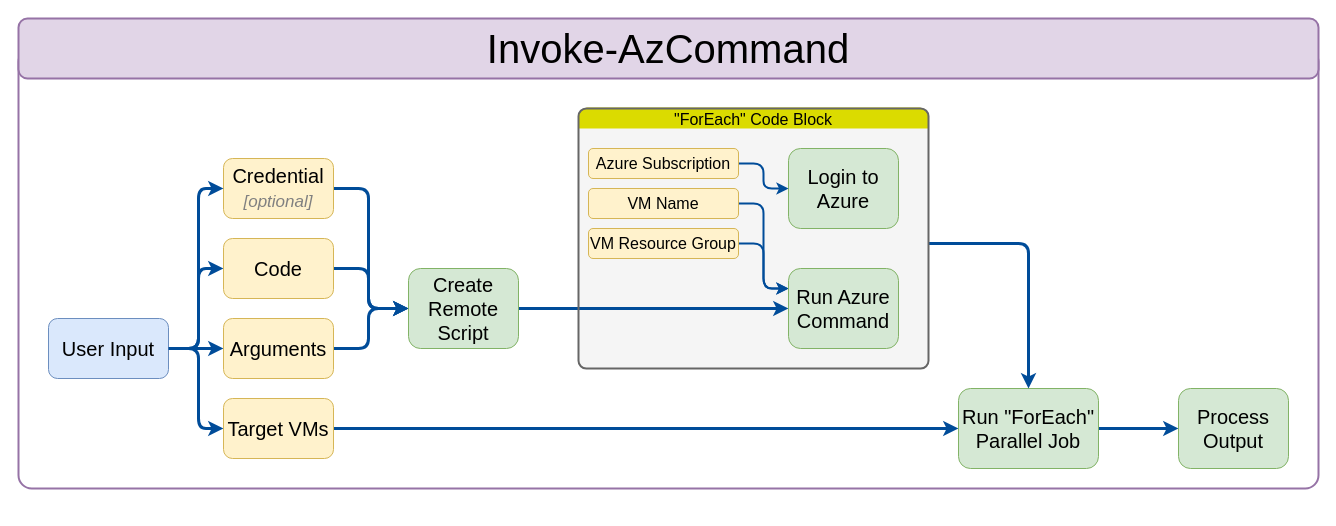
This is Docs/Flow.drawio from PanosGreg/Invoke-AzCommand, a draw.io file, before an edit. Source tidied: cells renumbered, new cells numbered last; positions are measured from the earlier drawing's top-left corner, leaving out a move shared by most shapes. Both pictures are drawn from the tidied source at 100%, with x=0, y=0 at pixel (18, 18).
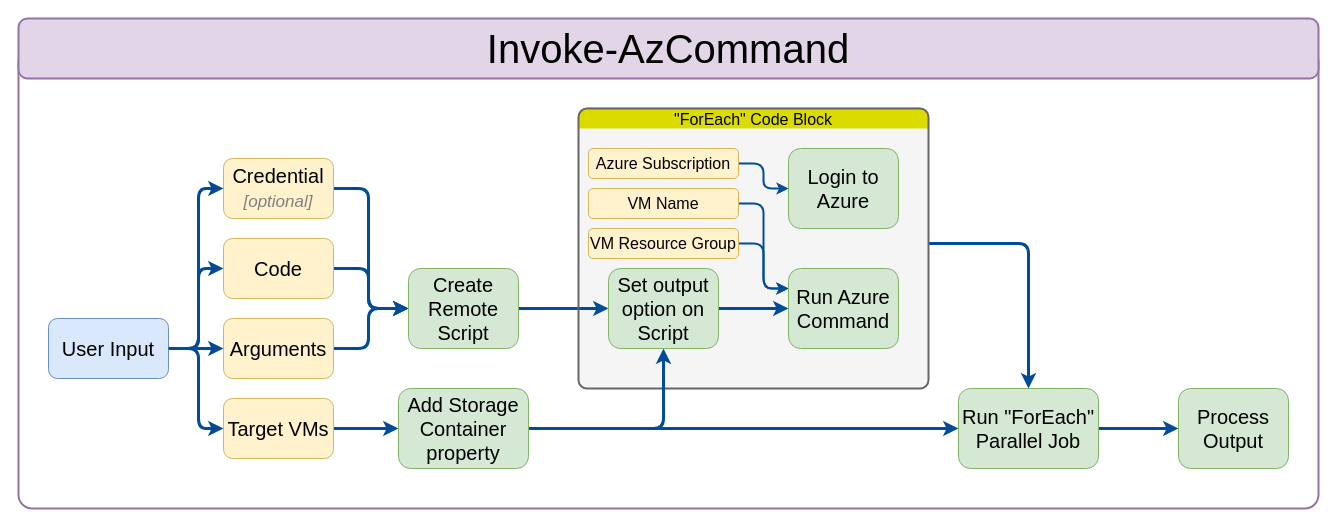
After the change.

Unchanged cells that the change refers to:
```xml
<mxCell id="14" value="Target VMs" style="rounded=1;whiteSpace=wrap;html=1;fontSize=20;fillColor=#fff2cc;strokeColor=#d6b656;" parent="1" vertex="1">
  <mxGeometry x="205" y="380" width="110" height="60" as="geometry" />
</mxCell>
<mxCell id="16" value="Create Remote Script" style="rounded=1;whiteSpace=wrap;html=1;fontSize=20;fillColor=#d5e8d4;strokeColor=#82b366;" parent="1" vertex="1">
  <mxGeometry x="390" y="250" width="110" height="80" as="geometry" />
</mxCell>
<mxCell id="18" value="Run &quot;ForEach&quot; Parallel Job" style="rounded=1;whiteSpace=wrap;html=1;fontSize=20;fillColor=#d5e8d4;strokeColor=#82b366;" parent="1" vertex="1">
  <mxGeometry x="940" y="370" width="140" height="80" as="geometry" />
</mxCell>
<mxCell id="30" value="Run Azure Command" style="rounded=1;whiteSpace=wrap;html=1;fontSize=20;fillColor=#d5e8d4;strokeColor=#82b366;" parent="1" vertex="1">
  <mxGeometry x="770" y="250" width="110" height="80" as="geometry" />
</mxCell>
```

What changed in the source:
```diff
@@
     <mxCell id="2" style="rounded=1;whiteSpace=wrap;html=1;align=center;verticalAlign=middle;fontFamily=Helvetica;fontSize=16;strokeWidth=2;arcSize=3;strokeColor=#9673A6;" parent="1" vertex="1">
-      <mxGeometry y="30" width="1300" height="440" as="geometry" />
+      <mxGeometry y="30" width="1300" height="460" as="geometry" />
     </mxCell>
@@
-    <mxCell id="13" style="edgeStyle=orthogonalEdgeStyle;shape=connector;rounded=1;jettySize=auto;html=1;entryX=0;entryY=0.5;entryDx=0;entryDy=0;labelBackgroundColor=default;strokeColor=#004C99;strokeWidth=3;align=center;verticalAlign=middle;fontFamily=Helvetica;fontSize=16;fontColor=default;endArrow=classic;" parent="1" edge="1" source="14" target="18">
-      <mxGeometry relative="1" as="geometry" />
-    </mxCell>
+    <mxCell id="35" style="edgeStyle=orthogonalEdgeStyle;shape=connector;rounded=1;html=1;labelBackgroundColor=default;strokeColor=#004C99;strokeWidth=3;fontFamily=Helvetica;fontSize=16;fontColor=default;endArrow=classic;" parent="1" edge="1" source="14" target="39">
+      <mxGeometry relative="1" as="geometry" />
+    </mxCell>
@@
-    <mxCell id="15" style="edgeStyle=orthogonalEdgeStyle;shape=connector;rounded=1;jettySize=auto;html=1;labelBackgroundColor=default;strokeColor=#004C99;strokeWidth=3;align=center;verticalAlign=middle;fontFamily=Helvetica;fontSize=16;fontColor=default;endArrow=classic;" parent="1" edge="1" source="16" target="30">
-      <mxGeometry relative="1" as="geometry" />
-    </mxCell>
+    <mxCell id="36" style="edgeStyle=orthogonalEdgeStyle;shape=connector;rounded=1;html=1;labelBackgroundColor=default;strokeColor=#004C99;strokeWidth=3;fontFamily=Helvetica;fontSize=16;fontColor=default;endArrow=classic;" parent="1" edge="1" source="16" target="41">
+      <mxGeometry relative="1" as="geometry" />
+    </mxCell>
@@
     <mxCell id="28" style="rounded=1;whiteSpace=wrap;html=1;align=center;verticalAlign=middle;fontFamily=Helvetica;fontSize=16;fontColor=#333333;fillColor=#f5f5f5;strokeColor=none;arcSize=33;" parent="1" vertex="1">
-      <mxGeometry x="560" y="330" width="350" height="20" as="geometry" />
+      <mxGeometry x="560" y="330" width="350" height="40" as="geometry" />
     </mxCell>
     <mxCell id="29" style="rounded=1;whiteSpace=wrap;html=1;align=center;verticalAlign=middle;fontFamily=Helvetica;fontSize=16;fontColor=#333333;fillColor=none;arcSize=3;strokeWidth=2;strokeColor=#666666;" parent="1" vertex="1">
-      <mxGeometry x="560" y="90" width="350" height="260" as="geometry" />
+      <mxGeometry x="560" y="90" width="350" height="280" as="geometry" />
     </mxCell>
@@
+    <mxCell id="37" style="edgeStyle=orthogonalEdgeStyle;shape=connector;rounded=1;html=1;entryX=0.5;entryY=1;entryDx=0;entryDy=0;labelBackgroundColor=default;strokeColor=#004C99;strokeWidth=3;fontFamily=Helvetica;fontSize=16;fontColor=default;endArrow=classic;" parent="1" edge="1" source="39" target="41">
+      <mxGeometry relative="1" as="geometry" />
+    </mxCell>
+    <mxCell id="38" style="edgeStyle=orthogonalEdgeStyle;shape=connector;rounded=1;html=1;labelBackgroundColor=default;strokeColor=#004C99;strokeWidth=3;fontFamily=Helvetica;fontSize=16;fontColor=default;endArrow=classic;" parent="1" edge="1" source="39" target="18">
+      <mxGeometry relative="1" as="geometry" />
+    </mxCell>
+    <mxCell id="39" value="Add Storage Container property" style="rounded=1;whiteSpace=wrap;html=1;fontSize=20;fillColor=#d5e8d4;strokeColor=#82b366;" parent="1" vertex="1">
+      <mxGeometry x="380" y="370" width="130" height="80" as="geometry" />
+    </mxCell>
+    <mxCell id="40" style="edgeStyle=orthogonalEdgeStyle;shape=connector;rounded=1;html=1;labelBackgroundColor=default;strokeColor=#004C99;strokeWidth=3;fontFamily=Helvetica;fontSize=16;fontColor=default;endArrow=classic;" parent="1" edge="1" source="41" target="30">
+      <mxGeometry relative="1" as="geometry" />
+    </mxCell>
+    <mxCell id="41" value="Set output option on Script" style="rounded=1;whiteSpace=wrap;html=1;fontSize=20;fillColor=#d5e8d4;strokeColor=#82b366;" parent="1" vertex="1">
+      <mxGeometry x="590" y="250" width="110" height="80" as="geometry" />
+    </mxCell>
```
